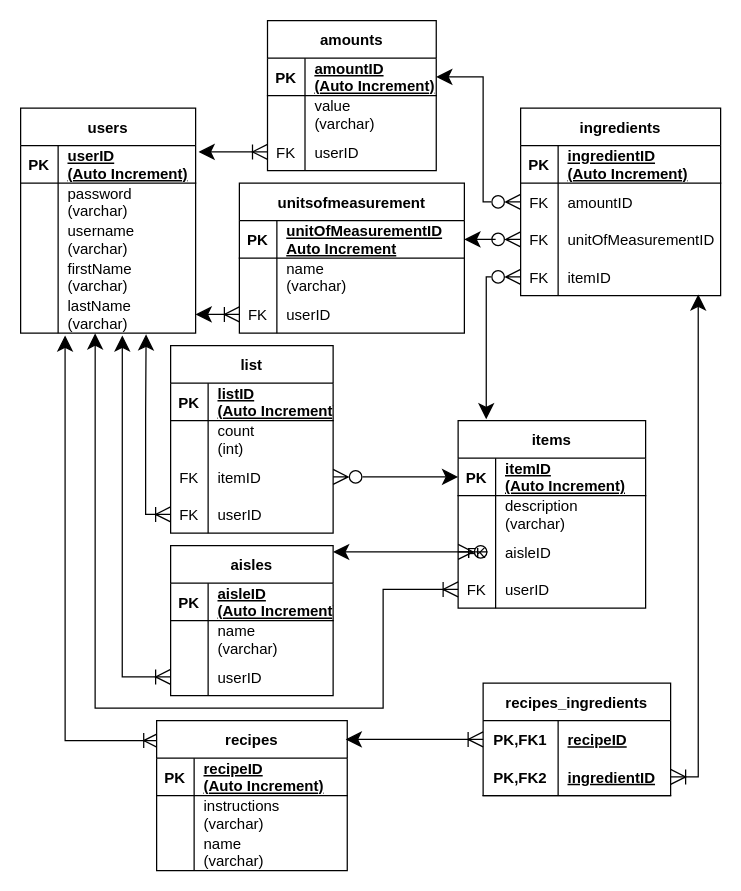
This is GBR ERD.drawio from squeekems/groceriesbyrecipe, a draw.io file, before an edit. Source tidied: cells renumbered, new cells numbered last; positions are measured from the earlier drawing's top-left corner, leaving out a move shared by most shapes. Both pictures are drawn from the tidied source at 125%, with x=0, y=0 at pixel (20, 20).
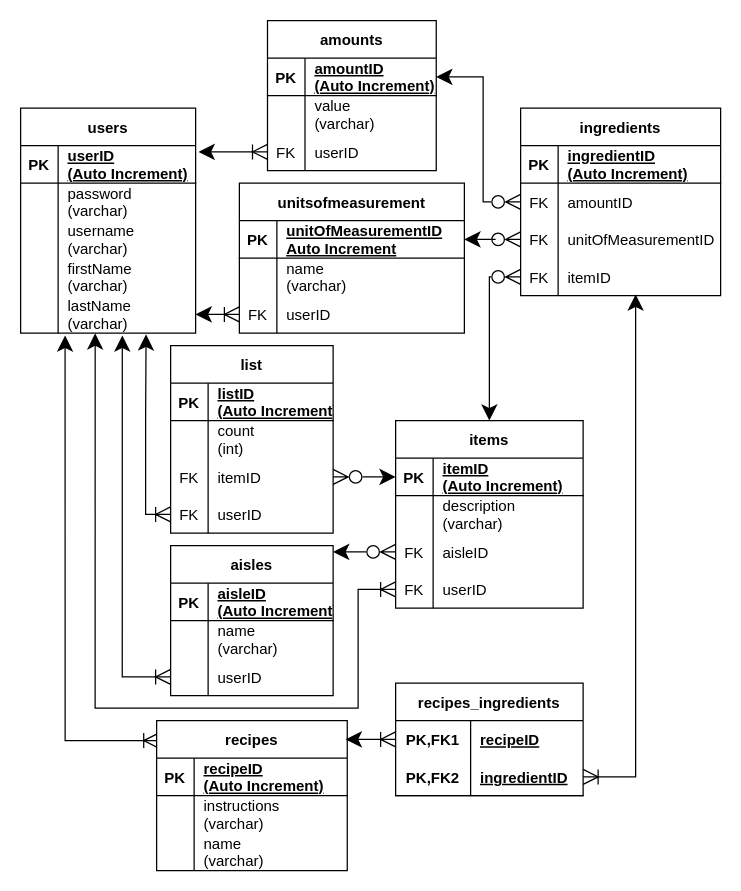
The same page after the edit.

The change refers to these unchanged cells:
```xml
<mxCell id="15" style="shape=tableRow;horizontal=0;startSize=0;swimlaneHead=0;swimlaneBody=0;fillColor=none;points=[[0,0.5],[1,0.5]];portConstraint=eastwest;top=0;left=0;right=0;bottom=0;" parent="2" vertex="1">
  <mxGeometry y="150" width="140" height="30" as="geometry" />
</mxCell>
<mxCell id="26" style="shape=tableRow;horizontal=0;startSize=0;swimlaneHead=0;swimlaneBody=0;fillColor=none;points=[[0,0.5],[1,0.5]];portConstraint=eastwest;top=0;left=0;right=0;bottom=0;rounded=0;shadow=0;sketch=0;" parent="19" vertex="1">
  <mxGeometry y="90" width="150" height="30" as="geometry" />
</mxCell>
<mxCell id="29" style="shape=tableRow;horizontal=0;startSize=0;swimlaneHead=0;swimlaneBody=0;fillColor=none;points=[[0,0.5],[1,0.5]];portConstraint=eastwest;top=0;left=0;right=0;bottom=0;rounded=0;shadow=0;sketch=0;" parent="19" vertex="1">
  <mxGeometry y="120" width="150" height="30" as="geometry" />
</mxCell>
<mxCell id="44" style="shape=tableRow;horizontal=0;startSize=0;swimlaneHead=0;swimlaneBody=0;fillColor=none;points=[[0,0.5],[1,0.5]];portConstraint=eastwest;top=0;left=0;right=0;bottom=0;rounded=0;shadow=0;sketch=0;" parent="34" vertex="1">
  <mxGeometry y="120" width="160" height="30" as="geometry" />
</mxCell>
<mxCell id="84" style="shape=tableRow;horizontal=0;startSize=0;swimlaneHead=0;swimlaneBody=0;fillColor=none;points=[[0,0.5],[1,0.5]];portConstraint=eastwest;top=0;left=0;right=0;bottom=1;" parent="80" vertex="1">
  <mxGeometry y="60" width="150" height="30" as="geometry" />
</mxCell>
<mxCell id="105" value="aisles" style="shape=table;startSize=30;childLayout=tableLayout;rowLines=0;fontStyle=1;align=center;" parent="1" vertex="1">
  <mxGeometry x="120" y="420" width="130" height="120" as="geometry" />
</mxCell>
```

Diff of the diagram source:
```diff
@@
     <mxCell id="18" style="edgeStyle=orthogonalEdgeStyle;rounded=0;jettySize=auto;html=1;exitX=0;exitY=0.5;exitDx=0;exitDy=0;startArrow=ERoneToMany;startFill=0;startSize=10;endSize=10;entryX=0.426;entryY=1.006;entryDx=0;entryDy=0;entryPerimeter=0;" parent="1" edge="1" source="29" target="15">
       <mxGeometry relative="1" as="geometry">
         <Array as="points">
-          <mxPoint x="290" y="455" />
-          <mxPoint x="290" y="550" />
+          <mxPoint x="270" y="455" />
+          <mxPoint x="270" y="550" />
           <mxPoint x="60" y="550" />
         </Array>
       </mxGeometry>
     </mxCell>
     <mxCell id="19" value="items" style="shape=table;startSize=30;childLayout=tableLayout;rowLines=0;fontStyle=1;align=center;rounded=0;shadow=0;sketch=0;fillColor=#FFFFFF;" parent="1" vertex="1">
-      <mxGeometry x="350" y="320" width="150" height="150" as="geometry" />
+      <mxGeometry x="300" y="320" width="150" height="150" as="geometry" />
     </mxCell>
@@
-    <mxCell id="78" style="edgeStyle=orthogonalEdgeStyle;rounded=0;jettySize=auto;html=1;startArrow=ERoneToMany;startFill=0;startSize=10;endSize=10;exitX=1;exitY=0.5;exitDx=0;exitDy=0;entryX=0.888;entryY=0.967;entryDx=0;entryDy=0;entryPerimeter=0;" parent="1" edge="1" source="84" target="44">
+    <mxCell id="78" style="edgeStyle=orthogonalEdgeStyle;rounded=0;jettySize=auto;html=1;startArrow=ERoneToMany;startFill=0;startSize=10;endSize=10;exitX=1;exitY=0.5;exitDx=0;exitDy=0;entryX=0.575;entryY=0.967;entryDx=0;entryDy=0;entryPerimeter=0;" parent="1" edge="1" source="84" target="44">
       <mxGeometry relative="1" as="geometry" />
     </mxCell>
@@
     <mxCell id="80" value="recipes_ingredients" style="shape=table;startSize=30;childLayout=tableLayout;rowLines=0;fontStyle=1;align=center;" parent="1" vertex="1">
-      <mxGeometry x="370" y="530" width="150" height="90" as="geometry" />
+      <mxGeometry x="300" y="530" width="150" height="90" as="geometry" />
     </mxCell>
@@
-    <mxCell id="101" style="edgeStyle=orthogonalEdgeStyle;rounded=0;jettySize=auto;html=1;entryX=0.15;entryY=-0.007;entryDx=0;entryDy=0;startArrow=ERzeroToMany;startFill=0;startSize=10;endSize=10;entryPerimeter=0;" parent="1" edge="1" source="44" target="19">
+    <mxCell id="101" style="edgeStyle=orthogonalEdgeStyle;rounded=0;jettySize=auto;html=1;entryX=0.5;entryY=0;entryDx=0;entryDy=0;startArrow=ERzeroToMany;startFill=0;startSize=10;endSize=10;" parent="1" edge="1" source="44" target="19">
       <mxGeometry relative="1" as="geometry" />
     </mxCell>
@@
     <mxCell id="116" style="edgeStyle=orthogonalEdgeStyle;rounded=0;jettySize=auto;html=1;entryX=0;entryY=0.5;entryDx=0;entryDy=0;endSize=10;startSize=10;startArrow=classic;startFill=1;exitX=1;exitY=0.042;exitDx=0;exitDy=0;endArrow=ERzeroToMany;endFill=0;exitPerimeter=0;" parent="1" edge="1" source="105" target="26">
       <mxGeometry relative="1" as="geometry">
         <Array as="points">
-          <mxPoint x="360" y="425" />
-          <mxPoint x="360" y="425" />
+          <mxPoint x="300" y="425" />
+          <mxPoint x="300" y="425" />
         </Array>
       </mxGeometry>
     </mxCell>
```
